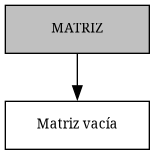
The Graphviz diagram FASE 1 (lo restaurado)/AutoGestPro/Reports/matrizBitacora.png in eric-rojas/-EDD-1S2025_202200331, before a commit. Its source is kept beside it as FASE 1 (lo restaurado)/AutoGestPro/Reports/matrizBitacora.dot. Source of this version:
```dot
digraph G {
  rankdir=TB;
  nodesep=0.5;
  ranksep=0.5;
  node [shape=box, fontsize=10, width=1.5, height=0.5, fixedsize=true];
  matriz [label="MATRIZ", style=filled, fillcolor=gray];
  empty [label="Matriz vacía"];
  matriz -> empty;
}
```
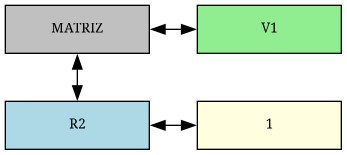
Above is the later version.

What changed in the source:
```diff
@@ -4,6 +4,15 @@
   ranksep=0.5;
   node [shape=box, fontsize=10, width=1.5, height=0.5, fixedsize=true];
   matriz [label="MATRIZ", style=filled, fillcolor=gray];
-  empty [label="Matriz vacía"];
-  matriz -> empty;
+  columna1 [label="V1", style=filled, fillcolor=lightgreen];
+  fila2 [label="R2", style=filled, fillcolor=lightblue];
+  { rank=same; matriz;
+    columna1;
+  }
+  matriz -> columna1 [dir=both];
+  matriz -> fila2 [dir=both];
+  { rank=same; fila2;
+    nodo2_1 [label="1", style=filled, fillcolor=lightyellow];
+  }
+  fila2 -> nodo2_1 [dir=both];
 }
```
